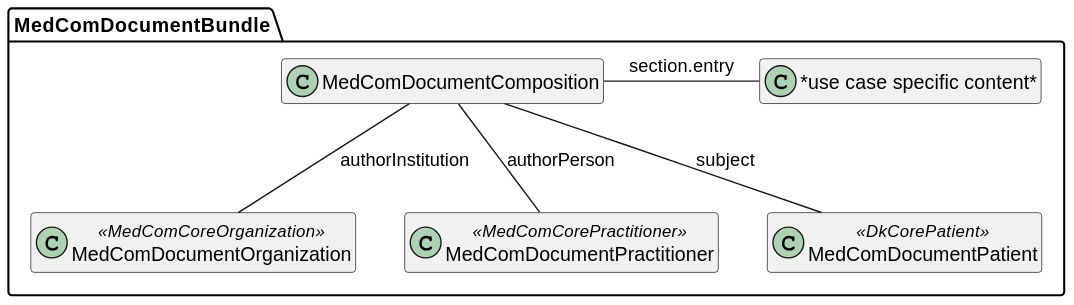
Earlier version of the PlantUML export input/images/DocumentModel.svg (medcomdk/dk-medcom-document). Source of this version:
```plantuml
@startuml
hide empty members

package "MedComDocumentBundle" as document {
    class "MedComDocumentComposition" as composition
    class "MedComDocumentOrganization" as organization <<MedComCoreOrganization>>
    class "MedComDocumentPractitioner" as practitioner <<MedComCorePractitioner>>
    class "MedComDocumentPatient" as patient <<DkCorePatient>>
    class "*use case specific content*" as clinical

    composition -down- organization : "authorInstitution"
    composition -down- practitioner : "authorPerson"
    composition -down- patient : "subject"
    composition -right- clinical : "section.entry"


}
@enduml
```
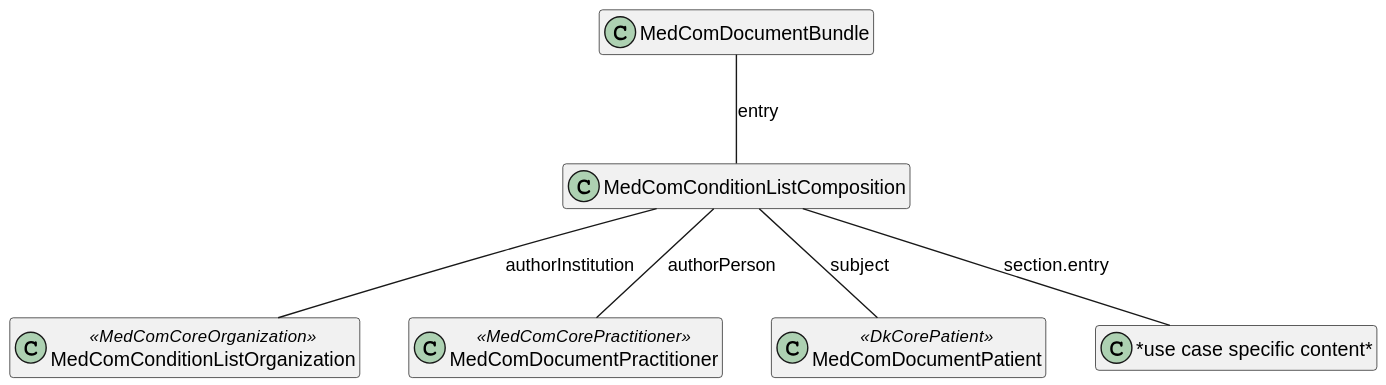
Later version of the same file.

Diff of the diagram source:
```diff
@@ -1,18 +1,16 @@
 @startuml
 hide empty members
 
-package "MedComDocumentBundle" as document {
-    class "MedComDocumentComposition" as composition
-    class "MedComDocumentOrganization" as organization <<MedComCoreOrganization>>
-    class "MedComDocumentPractitioner" as practitioner <<MedComCorePractitioner>>
-    class "MedComDocumentPatient" as patient <<DkCorePatient>>
-    class "*use case specific content*" as clinical
+class "MedComDocumentBundle" as document
+class "MedComConditionListComposition" as composition
+class "MedComConditionListOrganization" as organization <<MedComCoreOrganization>>
+class "MedComDocumentPractitioner" as practitioner <<MedComCorePractitioner>>
+class "MedComDocumentPatient" as patient <<DkCorePatient>>
+class "*use case specific content*" as clinical
 
-    composition -down- organization : "authorInstitution"
-    composition -down- practitioner : "authorPerson"
-    composition -down- patient : "subject"
-    composition -right- clinical : "section.entry"
-
-
-}
+document -- composition : "entry"
+composition -- organization : "authorInstitution"
+composition -- practitioner : "authorPerson"
+composition -- patient : "subject"
+composition -- clinical : "section.entry"
 @enduml
```
